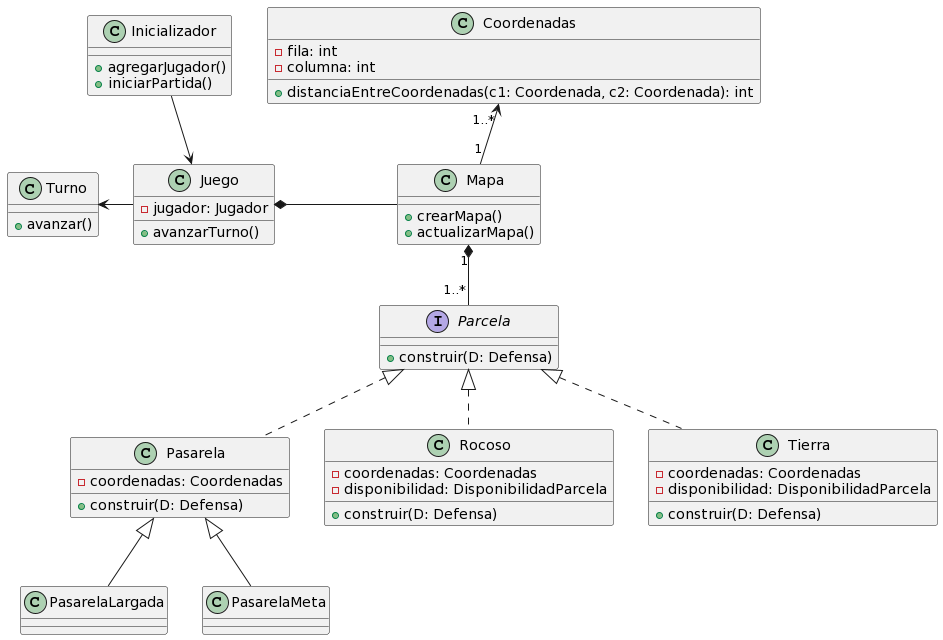
Aldumogi/AlgoDefense keeps this PlantUML diagram as diagrams/classes/DC_2.png. Above is the earlier version. Source of this version:
```plantuml
@startuml
class Juego {
- jugador: Jugador
+ avanzarTurno()
}

class Inicializador {
+ agregarJugador()
+ iniciarPartida()
}

class Turno {
+ avanzar()
}

class Mapa {
+ crearMapa()
+ actualizarMapa()
}

class Coordenadas {
- fila: int
- columna: int
+ distanciaEntreCoordenadas(c1: Coordenada, c2: Coordenada): int
}

interface Parcela {
+ construir(D: Defensa)
}

class Pasarela {
- coordenadas: Coordenadas
+ construir(D: Defensa)
}

class PasarelaLargada {}

class PasarelaMeta{}

class Rocoso {
- coordenadas: Coordenadas
- disponibilidad: DisponibilidadParcela
+ construir(D: Defensa)
}

class Tierra {
- coordenadas: Coordenadas
- disponibilidad: DisponibilidadParcela
+ construir(D: Defensa)
}

Parcela <|.. Pasarela
Parcela <|.. Rocoso
Parcela <|.. Tierra

Pasarela <|-- PasarelaLargada
Pasarela <|-- PasarelaMeta



Inicializador --> Juego
Juego *- Mapa
Turno <- Juego
Mapa "1" *-- "1..*" Parcela
Coordenadas "1..*" <-- "1" Mapa
@enduml
```
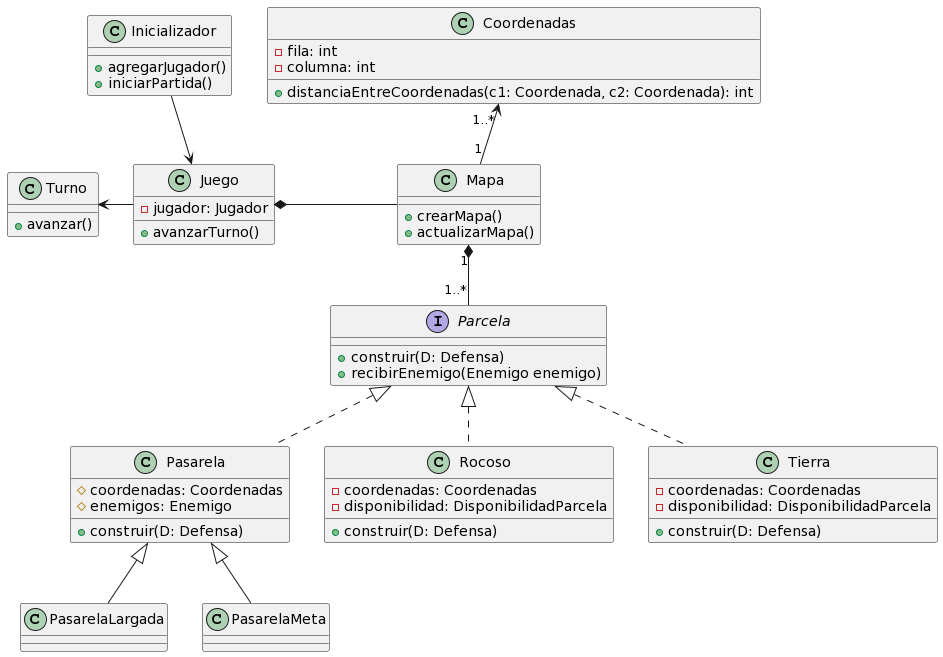
The same diagram one commit later.

Commit message:
Actualizar diagramas de clases

Diff of the diagram source:
```diff
@@ -26,10 +26,12 @@
 
 interface Parcela {
 + construir(D: Defensa)
++ recibirEnemigo(Enemigo enemigo)
 }
 
 class Pasarela {
-- coordenadas: Coordenadas
+# coordenadas: Coordenadas
+# enemigos: Enemigo
 + construir(D: Defensa)
 }
 
```
